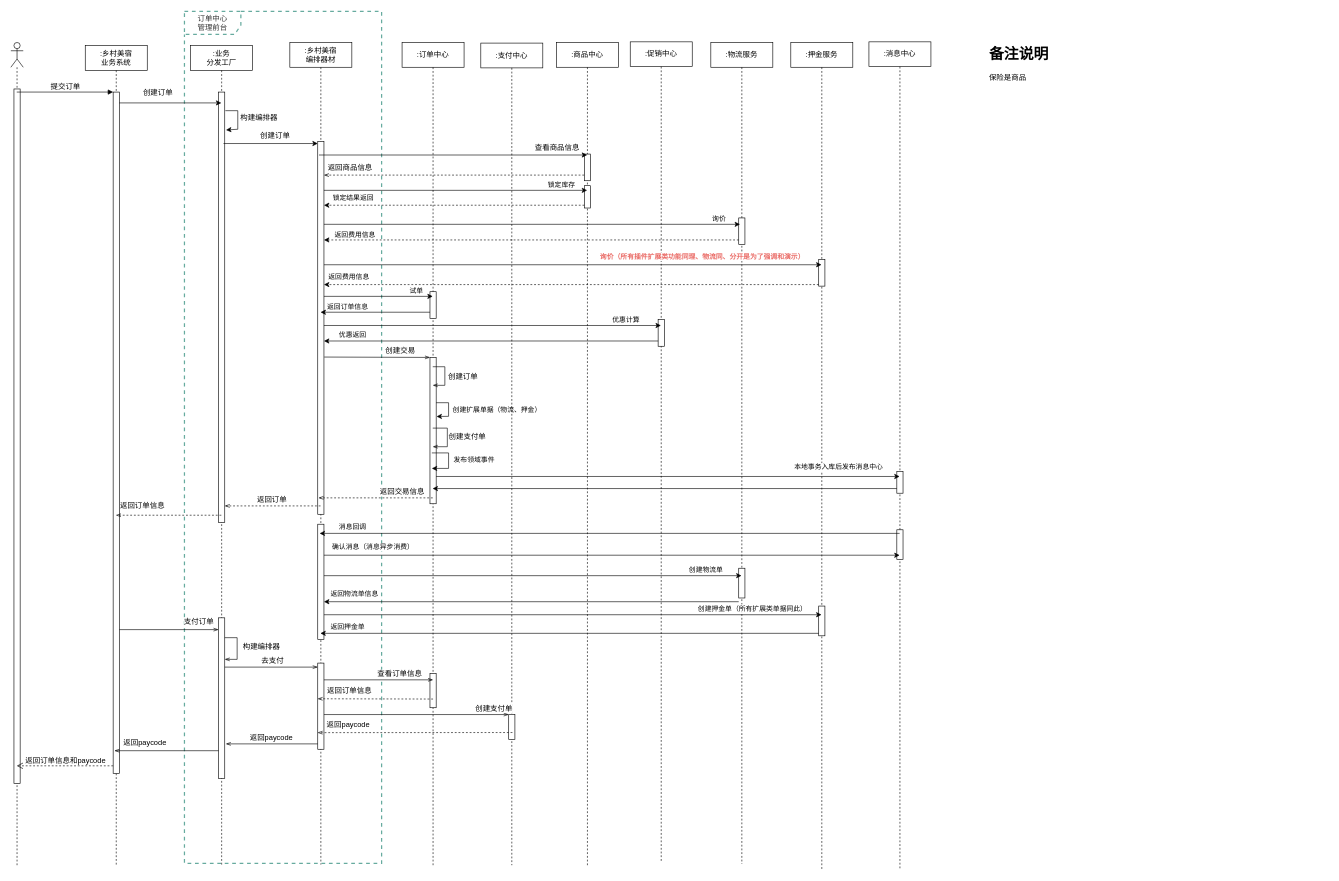
Earlier version of the draw.io diagram page "提交订单" (1 of 3) of 订单.drawio (NonePro/UML). Source tidied: cells renumbered, new cells numbered last; positions are measured from the earlier drawing's top-left corner, leaving out a move shared by most shapes. Both pictures are drawn from the tidied source at 62%, with x=0, y=0 at pixel (11, 11).
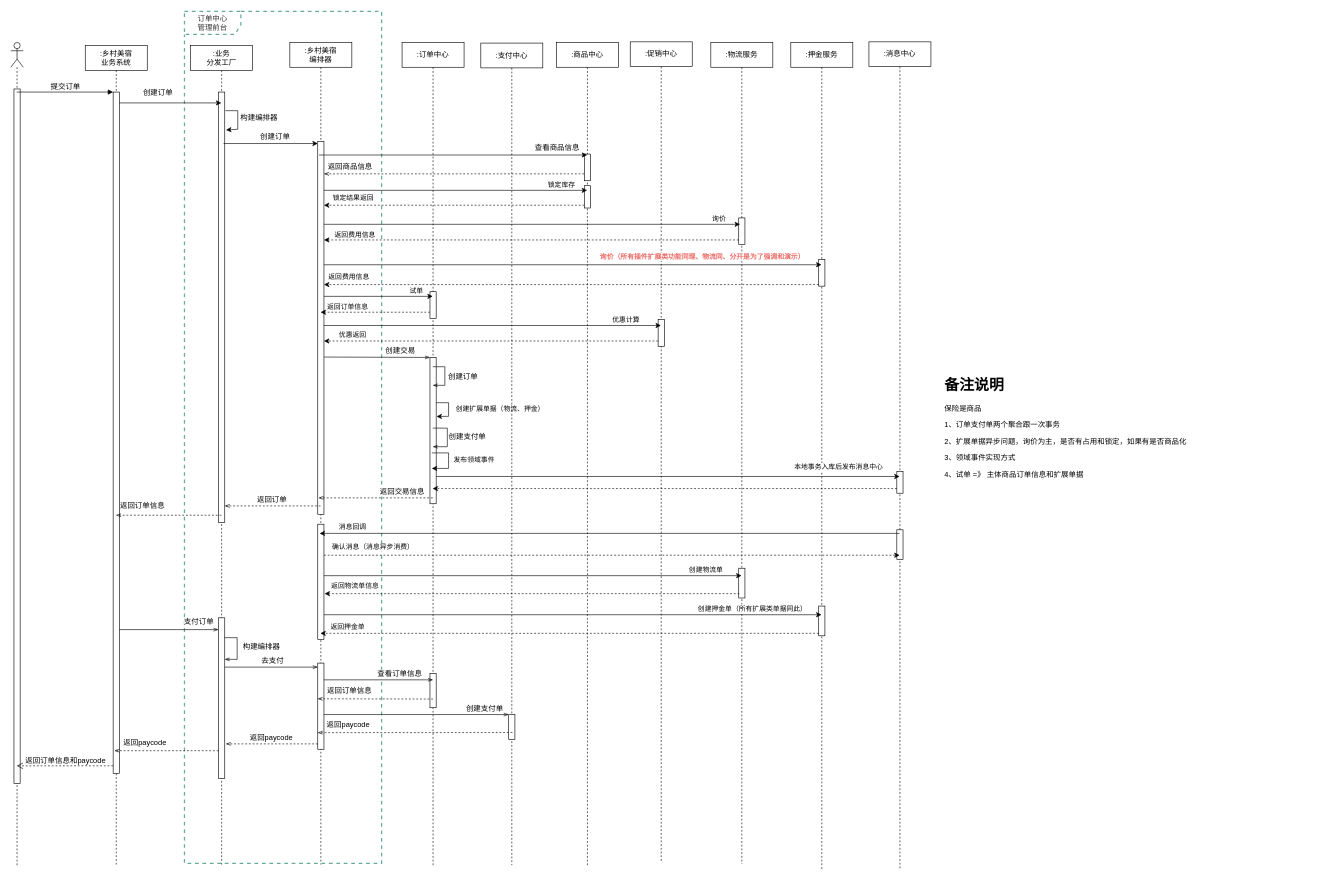
The same diagram, later.

The change refers to these unchanged cells:
```xml
<mxCell id="12" style="html=1;points=[];perimeter=orthogonalPerimeter;labelBackgroundColor=none;fontSize=12;" parent="9" vertex="1">
  <mxGeometry x="45" y="923" width="10" height="259" as="geometry" />
</mxCell>
<mxCell id="18" style="html=1;points=[];perimeter=orthogonalPerimeter;labelBackgroundColor=none;fontSize=12;" parent="17" vertex="1">
  <mxGeometry x="45" y="160" width="10" height="601" as="geometry" />
</mxCell>
<mxCell id="19" style="html=1;points=[];perimeter=orthogonalPerimeter;labelBackgroundColor=none;fontSize=12;" parent="17" vertex="1">
  <mxGeometry x="45" y="1001" width="10" height="139" as="geometry" />
</mxCell>
<mxCell id="21" style="edgeStyle=none;rounded=0;jettySize=auto;html=1;strokeColor=#000000;strokeWidth=1;fontSize=12;" parent="1" edge="1" target="18">
  <mxGeometry relative="1" as="geometry">
    <mxPoint x="343" y="213" as="sourcePoint" />
  </mxGeometry>
</mxCell>
<mxCell id="24" style="html=1;points=[];perimeter=orthogonalPerimeter;labelBackgroundColor=none;fontSize=12;" parent="23" vertex="1">
  <mxGeometry x="45" y="180" width="10" height="43" as="geometry" />
</mxCell>
<mxCell id="34" style="edgeStyle=none;rounded=0;orthogonalLoop=1;jettySize=auto;html=1;entryX=1.056;entryY=0.474;entryDx=0;entryDy=0;entryPerimeter=0;" parent="30" edge="1">
  <mxGeometry relative="1" as="geometry">
    <mxPoint x="55" y="581" as="sourcePoint" />
    <mxPoint x="55.6" y="603.3" as="targetPoint" />
    <Array as="points">
      <mxPoint x="75" y="581" />
      <mxPoint x="75" y="603" />
    </Array>
  </mxGeometry>
</mxCell>
<mxCell id="59" style="edgeStyle=none;rounded=0;jettySize=auto;html=1;endArrow=openThin;endFill=0;strokeColor=#000000;strokeWidth=1;fontSize=12;" parent="1" edge="1" source="19" target="58">
  <mxGeometry relative="1" as="geometry" />
</mxCell>
```

The edit, as a diff of the source:
```diff
@@
-    <mxCell id="17" value=":乡村美宿&lt;br&gt;编排器材" style="shape=umlLifeline;perimeter=lifelinePerimeter;whiteSpace=wrap;html=1;labelBackgroundColor=none;fontSize=12;" parent="1" vertex="1">
+    <mxCell id="17" value=":乡村美宿&lt;br&gt;编排器" style="shape=umlLifeline;perimeter=lifelinePerimeter;whiteSpace=wrap;html=1;labelBackgroundColor=none;fontSize=12;" parent="1" vertex="1">
       <mxGeometry x="450" y="50" width="100" height="1326" as="geometry" />
     </mxCell>
@@
     <mxCell id="22" value="创建订单" style="edgeLabel;html=1;align=center;verticalAlign=middle;fontSize=12;" parent="21" vertex="1">
       <mxGeometry x="0.08" y="3" relative="1" as="geometry">
-        <mxPoint y="-9.8" as="offset" />
+        <mxPoint y="-8.8" as="offset" />
       </mxGeometry>
     </mxCell>
@@
-    <mxCell id="28" style="edgeStyle=none;rounded=0;jettySize=auto;html=1;strokeColor=#000000;strokeWidth=1;fontSize=12;endArrow=openThin;endFill=0;dashed=1;exitX=-0.027;exitY=0.789;exitDx=0;exitDy=0;exitPerimeter=0;" parent="1" edge="1" source="24" target="18">
-      <mxGeometry relative="1" as="geometry" />
+    <mxCell id="28" style="edgeStyle=none;rounded=0;orthogonalLoop=1;jettySize=auto;html=1;strokeColor=#000000;strokeWidth=1;fontSize=12;endArrow=openThin;endFill=0;dashed=1;exitX=-0.027;exitY=0.789;exitDx=0;exitDy=0;exitPerimeter=0;" parent="1" edge="1">
+      <mxGeometry relative="1" as="geometry">
+        <mxPoint x="924.7" y="261.9" as="sourcePoint" />
+        <mxPoint x="505" y="261.9" as="targetPoint" />
+      </mxGeometry>
     </mxCell>
@@
     <mxCell id="35" value="创建扩展单据（物流、押金）" style="edgeLabel;html=1;align=center;verticalAlign=middle;" parent="34" vertex="1">
       <mxGeometry x="-0.47" y="-12" relative="1" as="geometry">
-        <mxPoint x="81" y="-2" as="offset" />
+        <mxPoint x="86" y="-3" as="offset" />
       </mxGeometry>
     </mxCell>
@@
     <mxCell id="60" value="创建支付单" style="edgeLabel;html=1;align=center;verticalAlign=middle;fontSize=12;" parent="59" vertex="1">
       <mxGeometry x="0.8" relative="1" as="geometry">
-        <mxPoint x="5" y="-10.5" as="offset" />
+        <mxPoint x="-10" y="-11" as="offset" />
       </mxGeometry>
     </mxCell>
@@
-    <mxCell id="63" value="返回paycode" style="edgeStyle=none;rounded=0;jettySize=auto;html=1;entryX=1.173;entryY=0.785;entryDx=0;entryDy=0;entryPerimeter=0;endArrow=openThin;endFill=0;strokeColor=#000000;strokeWidth=1;fontSize=12;" parent="1" edge="1" source="19" target="12">
+    <mxCell id="63" value="返回paycode" style="edgeStyle=none;rounded=0;jettySize=auto;html=1;entryX=1.173;entryY=0.785;entryDx=0;entryDy=0;entryPerimeter=0;endArrow=openThin;endFill=0;strokeColor=#000000;strokeWidth=1;fontSize=12;dashed=1;" parent="1" edge="1" source="19" target="12">
       <mxGeometry x="0.01" y="-9" relative="1" as="geometry" />
     </mxCell>
-    <mxCell id="64" style="edgeStyle=none;rounded=0;orthogonalLoop=1;jettySize=auto;html=1;entryX=0.201;entryY=0.845;entryDx=0;entryDy=0;entryPerimeter=0;endArrow=openThin;endFill=0;strokeColor=#000000;strokeWidth=1;fontSize=12;" parent="1" edge="1">
+    <mxCell id="64" style="edgeStyle=none;rounded=0;orthogonalLoop=1;jettySize=auto;html=1;entryX=0.201;entryY=0.845;entryDx=0;entryDy=0;entryPerimeter=0;endArrow=openThin;endFill=0;strokeColor=#000000;strokeWidth=1;fontSize=12;dashed=1;" parent="1" edge="1">
       <mxGeometry relative="1" as="geometry">
         <mxPoint x="335" y="1192.3" as="sourcePoint" />
         <mxPoint x="167" y="1192.3" as="targetPoint" />
       </mxGeometry>
     </mxCell>
@@
-    <mxCell id="70" style="edgeStyle=none;rounded=0;orthogonalLoop=1;jettySize=auto;html=1;entryX=0.446;entryY=0.306;entryDx=0;entryDy=0;entryPerimeter=0;" parent="1" edge="1">
+    <mxCell id="70" style="edgeStyle=none;rounded=0;orthogonalLoop=1;jettySize=auto;html=1;entryX=0.446;entryY=0.306;entryDx=0;entryDy=0;entryPerimeter=0;dashed=1;" parent="1" edge="1">
       <mxGeometry relative="1" as="geometry">
         <mxPoint x="676" y="485.1" as="sourcePoint" />
         <mxPoint x="499.5" y="485.1" as="targetPoint" />
       </mxGeometry>
     </mxCell>
@@
-    <mxCell id="74" style="edgeStyle=none;rounded=0;orthogonalLoop=1;jettySize=auto;html=1;" parent="1" edge="1">
+    <mxCell id="74" style="edgeStyle=none;rounded=0;orthogonalLoop=1;jettySize=auto;html=1;dashed=1;" parent="1" edge="1">
       <mxGeometry relative="1" as="geometry">
         <mxPoint x="1044" y="531.5" as="sourcePoint" />
         <mxPoint x="505" y="531.5" as="targetPoint" />
       </mxGeometry>
     </mxCell>
@@
-    <mxCell id="86" value="&lt;h1&gt;备注说明&lt;/h1&gt;&lt;p&gt;保险是商品&lt;/p&gt;" style="text;html=1;strokeColor=none;fillColor=none;spacing=5;spacingTop=-20;whiteSpace=wrap;overflow=hidden;rounded=0;" parent="1" vertex="1">
-      <mxGeometry x="1573" y="49" width="551" height="213" as="geometry" />
+    <mxCell id="86" value="&lt;h1&gt;备注说明&lt;/h1&gt;&lt;p&gt;保险是商品&lt;/p&gt;&lt;p&gt;1、订单支付单两个聚合跟一次事务&lt;/p&gt;&lt;p&gt;2、扩展单据异步问题，询价为主，是否有占用和锁定，如果有是否商品化&lt;/p&gt;&lt;p&gt;3、领域事件实现方式&lt;/p&gt;&lt;p&gt;4、试单 =》 主体商品订单信息和扩展单据&lt;/p&gt;" style="text;html=1;strokeColor=none;fillColor=none;spacing=5;spacingTop=-20;whiteSpace=wrap;overflow=hidden;rounded=0;" parent="1" vertex="1">
+      <mxGeometry x="1501" y="583" width="551" height="213" as="geometry" />
     </mxCell>
@@
-    <mxCell id="100" style="edgeStyle=none;rounded=0;orthogonalLoop=1;jettySize=auto;html=1;" parent="1" edge="1">
+    <mxCell id="100" style="edgeStyle=none;rounded=0;orthogonalLoop=1;jettySize=auto;html=1;dashed=1;" parent="1" edge="1">
       <mxGeometry relative="1" as="geometry">
         <mxPoint x="1429" y="769.5" as="sourcePoint" />
         <mxPoint x="680.2" y="769.5" as="targetPoint" />
       </mxGeometry>
     </mxCell>
@@
-    <mxCell id="103" style="edgeStyle=none;rounded=0;orthogonalLoop=1;jettySize=auto;html=1;" parent="1" edge="1">
+    <mxCell id="103" style="edgeStyle=none;rounded=0;orthogonalLoop=1;jettySize=auto;html=1;dashed=1;" parent="1" edge="1">
       <mxGeometry relative="1" as="geometry">
         <mxPoint x="505" y="877" as="sourcePoint" />
         <mxPoint x="1433.5" y="877" as="targetPoint" />
       </mxGeometry>
     </mxCell>
@@
-    <mxCell id="107" style="edgeStyle=none;rounded=0;orthogonalLoop=1;jettySize=auto;html=1;" parent="1" edge="1">
+    <mxCell id="107" style="edgeStyle=none;rounded=0;orthogonalLoop=1;jettySize=auto;html=1;dashed=1;" parent="1" edge="1">
       <mxGeometry relative="1" as="geometry">
-        <mxPoint x="1174" y="952" as="sourcePoint" />
-        <mxPoint x="505" y="952" as="targetPoint" />
+        <mxPoint x="1175" y="939" as="sourcePoint" />
+        <mxPoint x="506" y="939" as="targetPoint" />
       </mxGeometry>
     </mxCell>
@@
-    <mxCell id="111" style="edgeStyle=none;rounded=0;orthogonalLoop=1;jettySize=auto;html=1;" parent="1" edge="1">
+    <mxCell id="111" style="edgeStyle=none;rounded=0;orthogonalLoop=1;jettySize=auto;html=1;dashed=1;" parent="1" edge="1">
       <mxGeometry relative="1" as="geometry">
         <mxPoint x="1303" y="1003" as="sourcePoint" />
         <mxPoint x="499.2" y="1003" as="targetPoint" />
       </mxGeometry>
     </mxCell>
```
